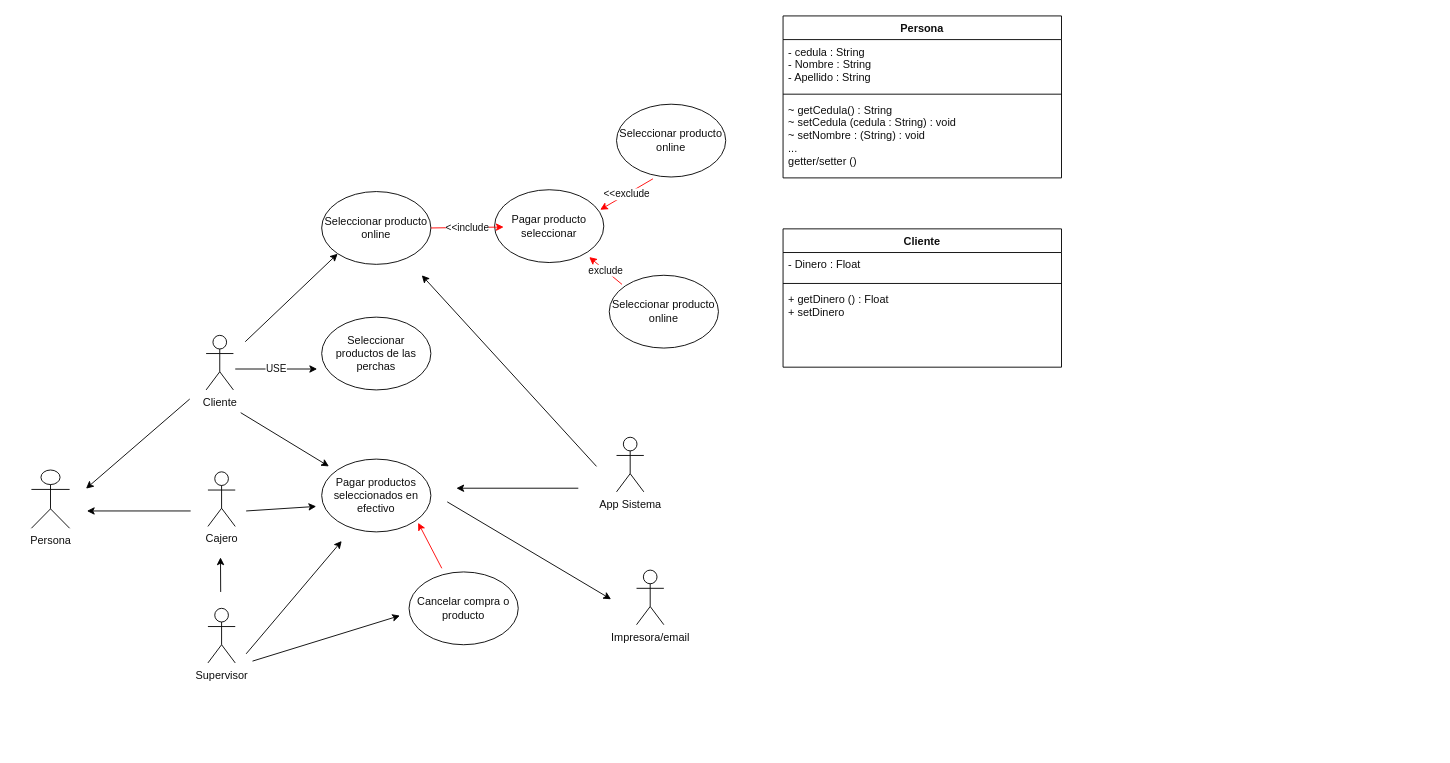
y-iss/Notes_PII keeps this draw.io diagram as PrjTuti/desing/01DiagramaCasoUso.dio. Above is the earlier version. Source tidied: cells renumbered, new cells numbered last; positions are measured from the earlier drawing's top-left corner, leaving out a move shared by most shapes. Both pictures are drawn from the tidied source at 91%, with x=0, y=0 at pixel (31, 15).
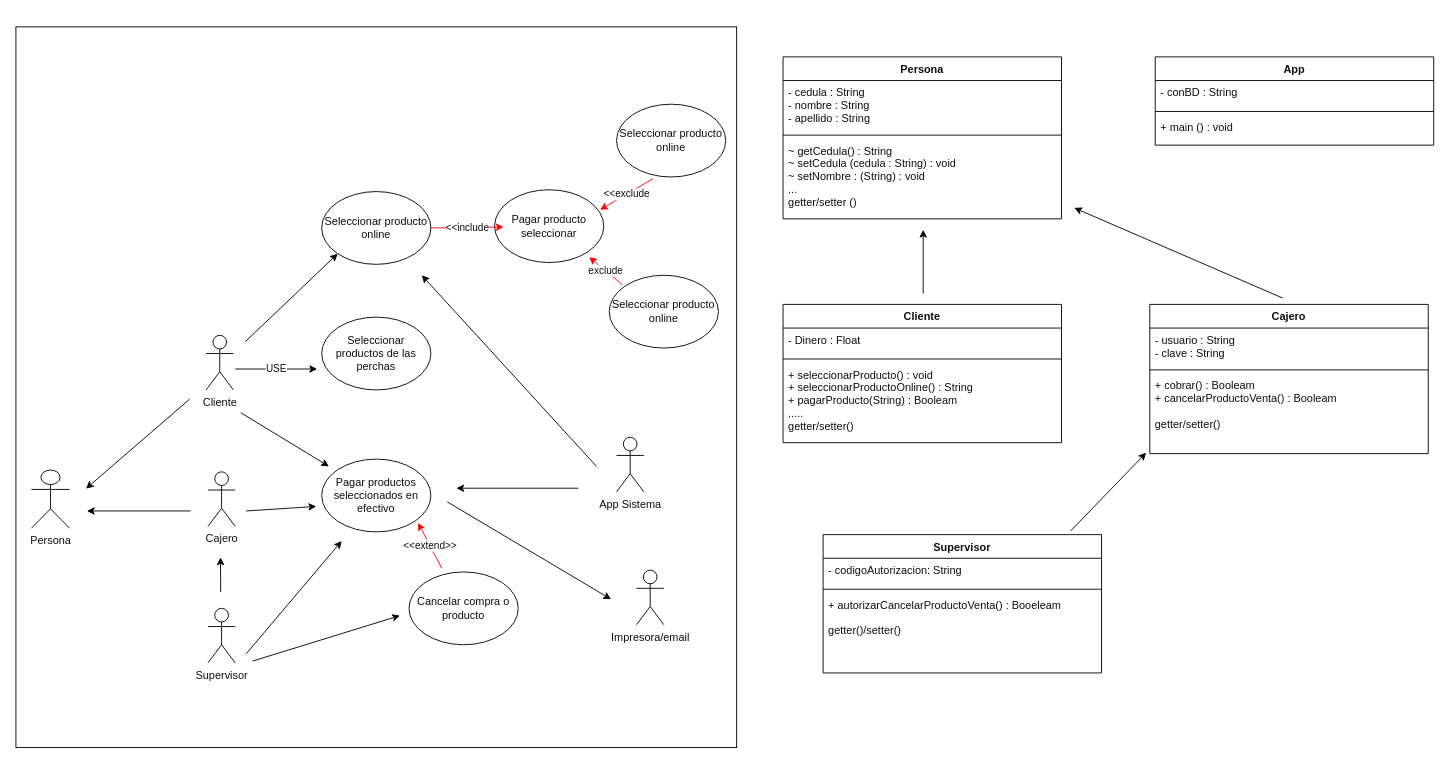
The same page after the edit.

The edit, as a diff of the source:
```diff
@@
-<mxGraphModel background="#ffffff">
+<mxGraphModel background="#FFFFFF">
@@
-    <mxCell id="24" style="endArrow=classic;html=1;labelBackgroundColor=#FFFFFF;strokeColor=#FF0000;fontColor=#0F0F0F;" parent="1" edge="1">
+    <mxCell id="24" value="&amp;lt;&amp;lt;extend&amp;gt;&amp;gt;" style="endArrow=classic;html=1;labelBackgroundColor=#FFFFFF;strokeColor=#FF0000;fontColor=#0F0F0F;" parent="1" edge="1">
       <mxGeometry relative="1" as="geometry">
         <mxPoint x="451" y="607" as="sourcePoint" />
         <mxPoint x="425" y="557" as="targetPoint" />
       </mxGeometry>
     </mxCell>
@@
     <mxCell id="31" value="Persona&#10;" style="swimlane;fontStyle=1;align=center;verticalAlign=top;horizontal=1;startSize=26;strokeColor=#000000;fontColor=#0F0F0F;fillColor=#FFFFFF;" parent="1" vertex="1">
-      <mxGeometry x="826" width="306" height="178" as="geometry" />
+      <mxGeometry x="826" y="45" width="306" height="178" as="geometry" />
     </mxCell>
-    <mxCell id="32" value="- cedula : String &#10;- Nombre : String &#10;- Apellido : String " style="text;strokeColor=none;fillColor=none;align=left;verticalAlign=top;spacingLeft=4;spacingRight=4;overflow=hidden;fontColor=#0F0F0F;" parent="31" vertex="1">
+    <mxCell id="32" value="- cedula : String &#10;- nombre : String &#10;- apellido : String " style="text;strokeColor=none;fillColor=none;align=left;verticalAlign=top;spacingLeft=4;spacingRight=4;overflow=hidden;fontColor=#0F0F0F;" parent="31" vertex="1">
       <mxGeometry y="26" width="306" height="56" as="geometry" />
     </mxCell>
@@
     <mxCell id="35" value="Cliente" style="swimlane;fontStyle=1;align=center;verticalAlign=top;horizontal=1;startSize=26;strokeColor=#000000;fontColor=#0F0F0F;fillColor=#FFFFFF;" parent="1" vertex="1">
-      <mxGeometry x="826" y="234" width="306" height="152" as="geometry" />
+      <mxGeometry x="826" y="317" width="306" height="152" as="geometry" />
     </mxCell>
@@
-    <mxCell id="38" value="+ getDinero () : Float &#10;+ setDinero " style="text;strokeColor=none;fillColor=none;align=left;verticalAlign=top;spacingLeft=4;spacingRight=4;overflow=hidden;fontColor=#0F0F0F;" parent="35" vertex="1">
+    <mxCell id="38" value="+ seleccionarProducto() : void &#10;+ seleccionarProductoOnline() : String &#10;+ pagarProducto(String) : Booleam &#10;.....&#10;getter/setter() " style="text;strokeColor=none;fillColor=none;align=left;verticalAlign=top;spacingLeft=4;spacingRight=4;overflow=hidden;fontColor=#0F0F0F;" parent="35" vertex="1">
       <mxGeometry y="64" width="306" height="88" as="geometry" />
     </mxCell>
+    <mxCell id="39" style="whiteSpace=wrap;html=1;strokeColor=#000000;fillColor=none;" parent="1" vertex="1">
+      <mxGeometry x="-17" y="12" width="792" height="792" as="geometry" />
+    </mxCell>
+    <mxCell id="40" value="App" style="swimlane;fontStyle=1;align=center;verticalAlign=top;horizontal=1;startSize=26;strokeColor=#000000;fontColor=#0F0F0F;fillColor=#FFFFFF;" parent="1" vertex="1">
+      <mxGeometry x="1235" y="45" width="306" height="97" as="geometry" />
+    </mxCell>
+    <mxCell id="41" value="- conBD : String " style="text;strokeColor=none;fillColor=none;align=left;verticalAlign=top;spacingLeft=4;spacingRight=4;overflow=hidden;fontColor=#0F0F0F;" parent="40" vertex="1">
+      <mxGeometry y="26" width="306" height="30" as="geometry" />
+    </mxCell>
+    <mxCell id="42" style="line;strokeWidth=1;fillColor=none;align=left;verticalAlign=middle;spacingTop=-1;spacingLeft=3;spacingRight=3;labelPosition=right;strokeColor=inherit;fontColor=#0F0F0F;" parent="40" vertex="1">
+      <mxGeometry y="56" width="306" height="8" as="geometry" />
+    </mxCell>
+    <mxCell id="43" value="+ main () : void" style="text;strokeColor=none;fillColor=none;align=left;verticalAlign=top;spacingLeft=4;spacingRight=4;overflow=hidden;fontColor=#0F0F0F;" parent="40" vertex="1">
+      <mxGeometry y="64" width="306" height="33" as="geometry" />
+    </mxCell>
+    <mxCell id="44" value="Cajero" style="swimlane;fontStyle=1;align=center;verticalAlign=top;horizontal=1;startSize=26;strokeColor=#000000;fontColor=#0F0F0F;fillColor=#FFFFFF;" parent="1" vertex="1">
+      <mxGeometry x="1229" y="317" width="306" height="164" as="geometry" />
+    </mxCell>
+    <mxCell id="45" value="- usuario : String &#10;- clave : String " style="text;strokeColor=none;fillColor=none;align=left;verticalAlign=top;spacingLeft=4;spacingRight=4;overflow=hidden;fontColor=#0F0F0F;" parent="44" vertex="1">
+      <mxGeometry y="26" width="306" height="42" as="geometry" />
+    </mxCell>
+    <mxCell id="46" style="line;strokeWidth=1;fillColor=none;align=left;verticalAlign=middle;spacingTop=-1;spacingLeft=3;spacingRight=3;labelPosition=right;strokeColor=inherit;fontColor=#0F0F0F;" parent="44" vertex="1">
+      <mxGeometry y="68" width="306" height="8" as="geometry" />
+    </mxCell>
+    <mxCell id="47" value="+ cobrar() : Booleam &#10;+ cancelarProductoVenta() : Booleam &#10; &#10;getter/setter() " style="text;strokeColor=none;fillColor=none;align=left;verticalAlign=top;spacingLeft=4;spacingRight=4;overflow=hidden;points=[[0,0.5],[1,0.5]];portConstraint=eastwest;fontColor=#0F0F0F;" parent="44" vertex="1">
+      <mxGeometry y="76" width="306" height="88" as="geometry" />
+    </mxCell>
+    <mxCell id="48" value="Supervisor" style="swimlane;fontStyle=1;align=center;verticalAlign=top;horizontal=1;startSize=26;strokeColor=#000000;fontColor=#0F0F0F;fillColor=#FFFFFF;" parent="1" vertex="1">
+      <mxGeometry x="870" y="570" width="306" height="152" as="geometry" />
+    </mxCell>
+    <mxCell id="49" value="- codigoAutorizacion: String " style="text;strokeColor=none;fillColor=none;align=left;verticalAlign=top;spacingLeft=4;spacingRight=4;overflow=hidden;fontColor=#0F0F0F;" parent="48" vertex="1">
+      <mxGeometry y="26" width="306" height="30" as="geometry" />
+    </mxCell>
+    <mxCell id="50" style="line;strokeWidth=1;fillColor=none;align=left;verticalAlign=middle;spacingTop=-1;spacingLeft=3;spacingRight=3;labelPosition=right;strokeColor=inherit;fontColor=#0F0F0F;" parent="48" vertex="1">
+      <mxGeometry y="56" width="306" height="8" as="geometry" />
+    </mxCell>
+    <mxCell id="51" value="+ autorizarCancelarProductoVenta() : Booeleam &#10;&#10;getter()/setter() " style="text;strokeColor=none;fillColor=none;align=left;verticalAlign=top;spacingLeft=4;spacingRight=4;overflow=hidden;fontColor=#0F0F0F;" parent="48" vertex="1">
+      <mxGeometry y="64" width="306" height="88" as="geometry" />
+    </mxCell>
+    <mxCell id="52" style="endArrow=classic;html=1;strokeColor=#030303;" parent="1" edge="1">
+      <mxGeometry relative="1" as="geometry">
+        <mxPoint x="980" y="305" as="sourcePoint" />
+        <mxPoint x="980" y="235" as="targetPoint" />
+      </mxGeometry>
+    </mxCell>
+    <mxCell id="53" style="endArrow=classic;html=1;strokeColor=#030303;entryX=-0.013;entryY=0.989;entryDx=0;entryDy=0;entryPerimeter=0;" parent="1" edge="1" target="47">
+      <mxGeometry relative="1" as="geometry">
+        <mxPoint x="1142" y="566" as="sourcePoint" />
+      </mxGeometry>
+    </mxCell>
+    <mxCell id="54" style="endArrow=classic;html=1;strokeColor=#030303;" parent="1" edge="1">
+      <mxGeometry relative="1" as="geometry">
+        <mxPoint x="1375" y="310" as="sourcePoint" />
+        <mxPoint x="1146" y="211" as="targetPoint" />
+      </mxGeometry>
+    </mxCell>
```
